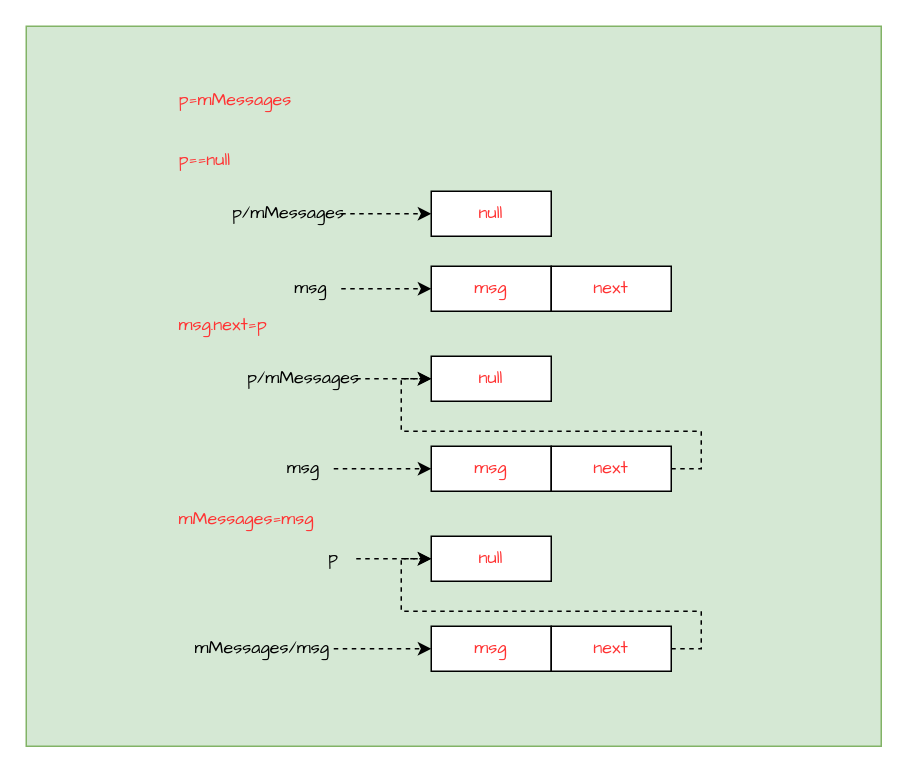
This is page "Page-2" (2 of 5) of Android/Handler.drawio from chaozhouzhang/learning-summary, a draw.io file, before an edit. Source tidied: cells renumbered, new cells numbered last; positions are measured from the earlier drawing's top-left corner, leaving out a move shared by most shapes. Both pictures are drawn from the tidied source at 150%, with x=0, y=0 at pixel (26, 26).
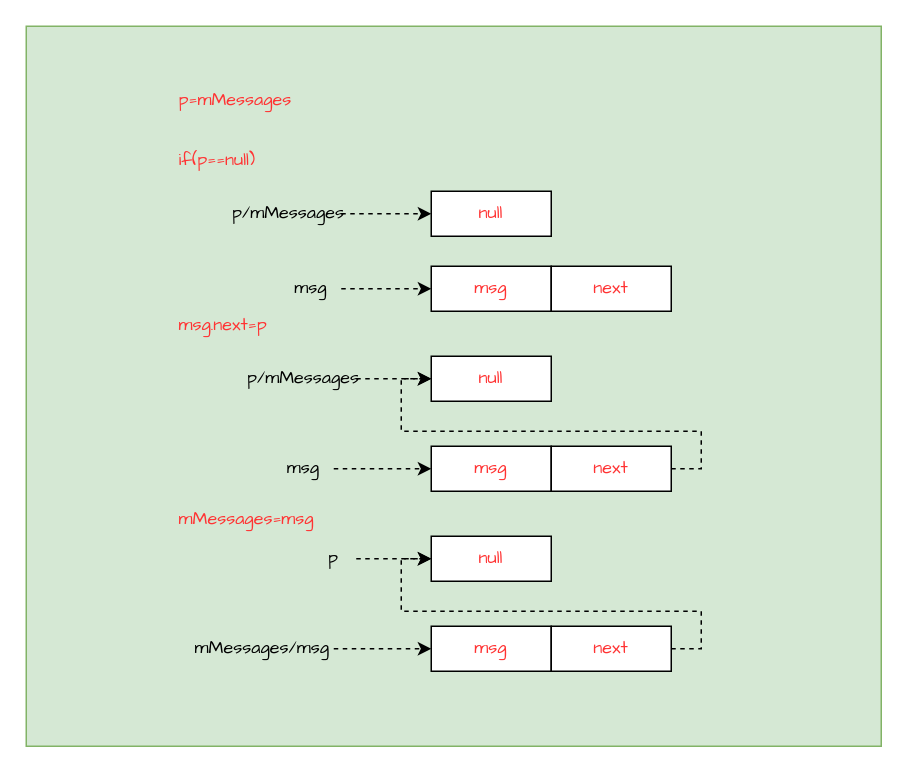
After the change.

The edit, as a diff of the source:
```diff
@@
-    <mxCell id="33" value="p==null" style="text;html=1;strokeColor=none;fillColor=none;align=left;verticalAlign=middle;whiteSpace=wrap;rounded=0;fontFamily=Comic Sans MS;fontColor=#FF3333;" parent="1" vertex="1">
+    <mxCell id="33" value="if(p==null)" style="text;html=1;strokeColor=none;fillColor=none;align=left;verticalAlign=middle;whiteSpace=wrap;rounded=0;fontFamily=Comic Sans MS;fontColor=#FF3333;" parent="1" vertex="1">
       <mxGeometry x="100" y="80" width="225" height="20" as="geometry" />
     </mxCell>
```
